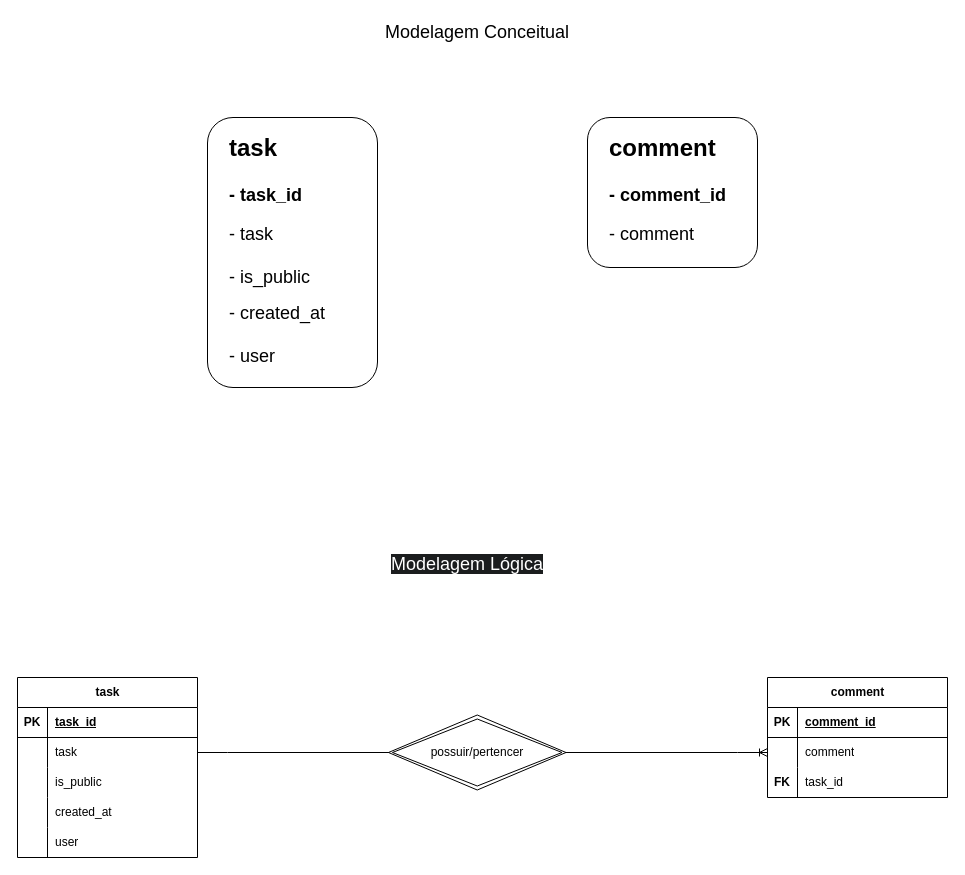
Above: modelagem-task-app.drawio in BrenoDev00/Estudos_Banco_de_Dados (draw.io), before the change. Source tidied: cells renumbered, new cells numbered last; positions are measured from the earlier drawing's top-left corner, leaving out a move shared by most shapes. Both pictures are drawn from the tidied source at 100%, with x=0, y=0 at pixel (17, 17).
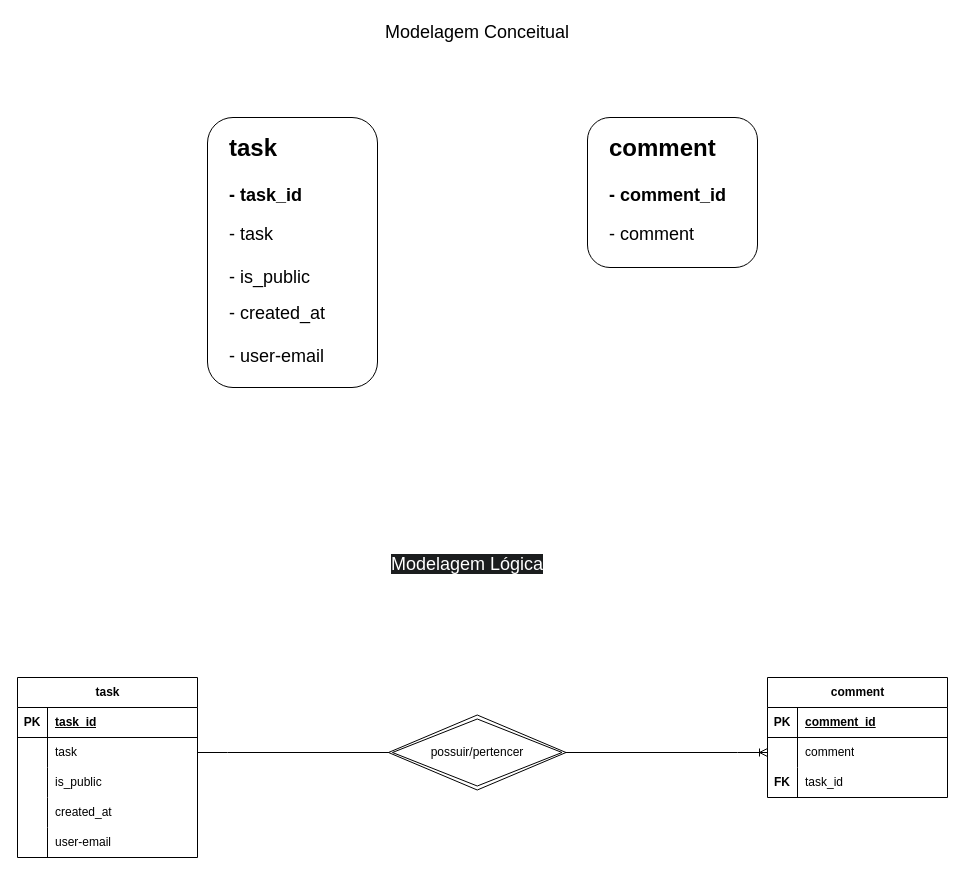
Above is the later version.

Unchanged cells that the change refers to:
```xml
<mxCell id="21" style="shape=tableRow;horizontal=0;startSize=0;swimlaneHead=0;swimlaneBody=0;fillColor=none;top=0;left=0;right=0;bottom=0;" parent="8" vertex="1">
  <mxGeometry y="150" width="180" height="30" as="geometry" />
</mxCell>
```

Change to the diagram source:
```diff
@@
-    <mxCell id="4" value="&lt;h1 style=&quot;margin-top: 0px;&quot;&gt;&lt;span style=&quot;background-color: transparent; color: light-dark(rgb(0, 0, 0), rgb(255, 255, 255));&quot;&gt;task&lt;/span&gt;&lt;/h1&gt;&lt;h1 style=&quot;margin-top: 0px;&quot;&gt;&lt;font style=&quot;font-size: 18px;&quot;&gt;- task_id&lt;/font&gt;&lt;/h1&gt;&lt;div&gt;&lt;font style=&quot;font-size: 18px;&quot;&gt;- task&lt;/font&gt;&lt;/div&gt;&lt;div&gt;&lt;font style=&quot;font-size: 18px;&quot;&gt;&lt;br&gt;&lt;/font&gt;&lt;/div&gt;&lt;div&gt;&lt;font style=&quot;font-size: 18px;&quot;&gt;- is_public&lt;/font&gt;&lt;/div&gt;&lt;div&gt;&lt;br&gt;&lt;/div&gt;&lt;div&gt;&lt;span style=&quot;font-size: 18px;&quot;&gt;- created_at&lt;/span&gt;&lt;/div&gt;&lt;div&gt;&lt;span style=&quot;font-size: 18px;&quot;&gt;&lt;br&gt;&lt;/span&gt;&lt;/div&gt;&lt;div&gt;&lt;span style=&quot;font-size: 18px;&quot;&gt;- user&lt;/span&gt;&lt;/div&gt;" style="text;html=1;whiteSpace=wrap;overflow=hidden;rounded=0;" parent="1" vertex="1">
+    <mxCell id="4" value="&lt;h1 style=&quot;margin-top: 0px;&quot;&gt;&lt;span style=&quot;background-color: transparent; color: light-dark(rgb(0, 0, 0), rgb(255, 255, 255));&quot;&gt;task&lt;/span&gt;&lt;/h1&gt;&lt;h1 style=&quot;margin-top: 0px;&quot;&gt;&lt;font style=&quot;font-size: 18px;&quot;&gt;- task_id&lt;/font&gt;&lt;/h1&gt;&lt;div&gt;&lt;font style=&quot;font-size: 18px;&quot;&gt;- task&lt;/font&gt;&lt;/div&gt;&lt;div&gt;&lt;font style=&quot;font-size: 18px;&quot;&gt;&lt;br&gt;&lt;/font&gt;&lt;/div&gt;&lt;div&gt;&lt;font style=&quot;font-size: 18px;&quot;&gt;- is_public&lt;/font&gt;&lt;/div&gt;&lt;div&gt;&lt;br&gt;&lt;/div&gt;&lt;div&gt;&lt;span style=&quot;font-size: 18px;&quot;&gt;- created_at&lt;/span&gt;&lt;/div&gt;&lt;div&gt;&lt;span style=&quot;font-size: 18px;&quot;&gt;&lt;br&gt;&lt;/span&gt;&lt;/div&gt;&lt;div&gt;&lt;span style=&quot;font-size: 18px;&quot;&gt;- user-email&lt;/span&gt;&lt;/div&gt;" style="text;html=1;whiteSpace=wrap;overflow=hidden;rounded=0;" parent="1" vertex="1">
       <mxGeometry x="210" y="110" width="180" height="270" as="geometry" />
     </mxCell>
@@
-    <mxCell id="23" value="user" style="shape=partialRectangle;fillColor=none;top=0;left=0;bottom=0;right=0;align=left;spacingLeft=6;overflow=hidden;whiteSpace=wrap;html=1;" parent="21" vertex="1">
+    <mxCell id="23" value="user-email" style="shape=partialRectangle;fillColor=none;top=0;left=0;bottom=0;right=0;align=left;spacingLeft=6;overflow=hidden;whiteSpace=wrap;html=1;" parent="21" vertex="1">
       <mxGeometry x="30" width="150" height="30" as="geometry" />
     </mxCell>
```
